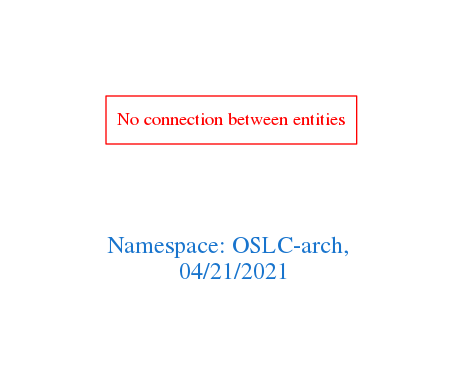
The Graphviz diagram downloads/OSLC-arch.png in arago/OGIT, before a commit. Its source is kept beside it as downloads/OSLC-arch.dot.
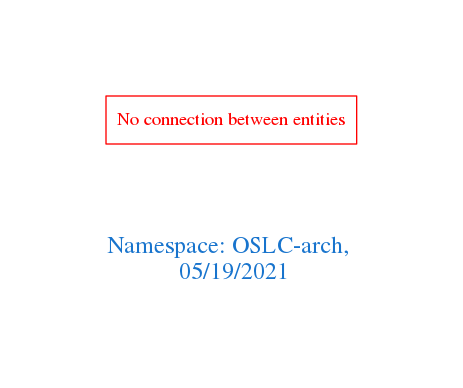
After the commit.

What changed in the source:
```diff
@@ -1,7 +1,7 @@
 digraph OGIT_ontology {
  graph [ rankdir= LR,pad=1
 fontsize = 18,
-fontcolor= dodgerblue3,label = "\n\n\nNamespace: OSLC-arch, \n 04/21/2021"];
+fontcolor= dodgerblue3,label = "\n\n\nNamespace: OSLC-arch, \n 05/19/2021"];
 node[shape=polygon];
 edge [  color="gray81"];
 
```
